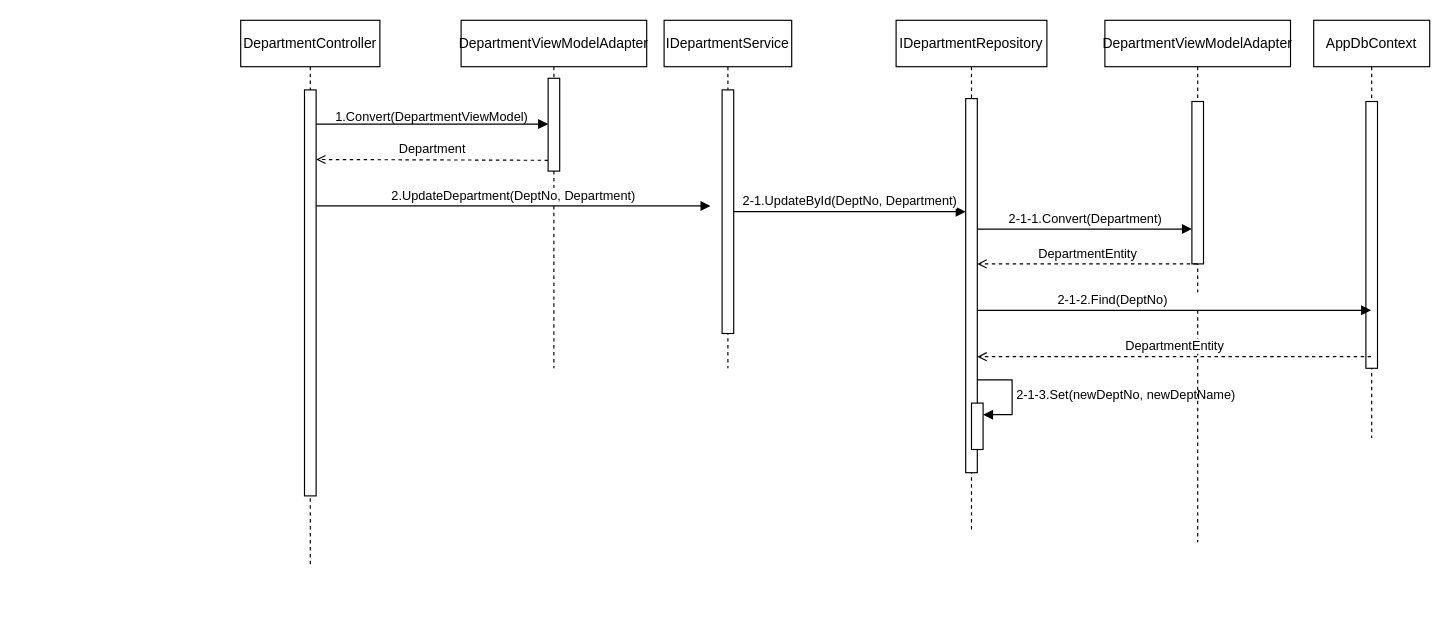
Before: page "部署更新" (3 of 8) of docs/02_design/シーケンス図.drawio in STHub65536/csharp_training_202605, a draw.io diagram. Source tidied: cells renumbered, new cells numbered last; positions are measured from the earlier drawing's top-left corner, leaving out a move shared by most shapes. Both pictures are drawn from the tidied source at 116%, with x=0, y=0 at pixel (240, 20).
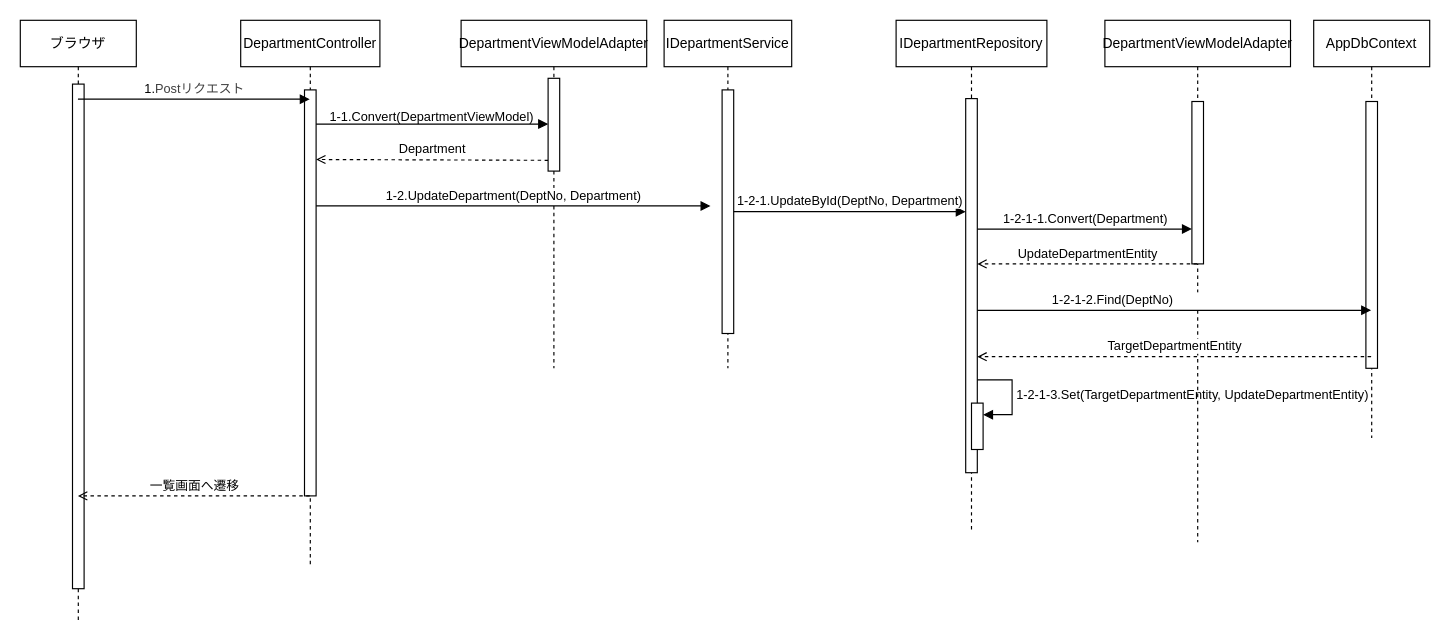
After the change.

The change refers to these unchanged cells:
```xml
<mxCell id="5" style="html=1;points=[[0,0,0,0,5],[0,1,0,0,-5],[1,0,0,0,5],[1,1,0,0,-5]];perimeter=orthogonalPerimeter;outlineConnect=0;targetShapes=umlLifeline;portConstraint=eastwest;newEdgeStyle={&quot;curved&quot;:0,&quot;rounded&quot;:0};" parent="4" vertex="1">
  <mxGeometry x="50" y="60" width="10" height="210" as="geometry" />
</mxCell>
<mxCell id="6" value="IDepartmentRepository" style="shape=umlLifeline;perimeter=lifelinePerimeter;whiteSpace=wrap;html=1;newEdgeStyle={&quot;curved&quot;:0,&quot;rounded&quot;:0};" parent="1" vertex="1">
  <mxGeometry x="565" width="130" height="440" as="geometry" />
</mxCell>
<mxCell id="7" style="html=1;points=[[0,0,0,0,5],[0,1,0,0,-5],[1,0,0,0,5],[1,1,0,0,-5]];perimeter=orthogonalPerimeter;outlineConnect=0;targetShapes=umlLifeline;portConstraint=eastwest;newEdgeStyle={&quot;curved&quot;:0,&quot;rounded&quot;:0};" parent="6" vertex="1">
  <mxGeometry x="60" y="67.5" width="10" height="322.5" as="geometry" />
</mxCell>
<mxCell id="8" style="html=1;points=[[0,0,0,0,5],[0,1,0,0,-5],[1,0,0,0,5],[1,1,0,0,-5]];perimeter=orthogonalPerimeter;outlineConnect=0;targetShapes=umlLifeline;portConstraint=eastwest;newEdgeStyle={&quot;curved&quot;:0,&quot;rounded&quot;:0};" parent="6" vertex="1">
  <mxGeometry x="65" y="330" width="10" height="40" as="geometry" />
</mxCell>
<mxCell id="22" style="html=1;points=[[0,0,0,0,5],[0,1,0,0,-5],[1,0,0,0,5],[1,1,0,0,-5]];perimeter=orthogonalPerimeter;outlineConnect=0;targetShapes=umlLifeline;portConstraint=eastwest;newEdgeStyle={&quot;curved&quot;:0,&quot;rounded&quot;:0};" parent="21" vertex="1">
  <mxGeometry x="75" y="70" width="10" height="140" as="geometry" />
</mxCell>
```

Change to the diagram source:
```diff
@@
-    <mxCell id="9" value="2-1-3.Set(newDeptNo, newDeptName)" style="html=1;align=left;spacingLeft=2;endArrow=block;rounded=0;edgeStyle=orthogonalEdgeStyle;curved=0;rounded=0;" parent="6" edge="1" target="8">
+    <mxCell id="9" value="1-2-1-3.Set(TargetDepartmentEntity, UpdateDepartmentEntity)" style="html=1;align=left;spacingLeft=2;endArrow=block;rounded=0;edgeStyle=orthogonalEdgeStyle;curved=0;rounded=0;" parent="6" edge="1" target="8">
       <mxGeometry relative="1" as="geometry">
         <mxPoint x="70" y="310" as="sourcePoint" />
         <Array as="points">
           <mxPoint x="100" y="340" />
         </Array>
       </mxGeometry>
     </mxCell>
@@
-    <mxCell id="13" value="2-1.UpdateById(DeptNo, Department)" style="html=1;verticalAlign=bottom;endArrow=block;curved=0;rounded=0;" parent="1" edge="1" source="5" target="7">
+    <mxCell id="13" value="1-2-1.UpdateById(DeptNo, Department)" style="html=1;verticalAlign=bottom;endArrow=block;curved=0;rounded=0;" parent="1" edge="1" source="5" target="7">
       <mxGeometry relative="1" as="geometry" />
     </mxCell>
-    <mxCell id="14" value="2-1-1.Convert(Department)" style="html=1;verticalAlign=bottom;endArrow=block;curved=0;rounded=0;" parent="1" edge="1" target="22">
+    <mxCell id="14" value="1-2-1-1.Convert(Department)" style="html=1;verticalAlign=bottom;endArrow=block;curved=0;rounded=0;" parent="1" edge="1" target="22">
       <mxGeometry x="0.01" relative="1" as="geometry">
         <mxPoint x="635" y="180" as="sourcePoint" />
         <Array as="points">
           <mxPoint x="635" y="180" />
         </Array>
       </mxGeometry>
     </mxCell>
@@
-    <mxCell id="19" value="&lt;span style=&quot;font-size: 11px; white-space: nowrap; background-color: rgb(255, 255, 255);&quot;&gt;1.Convert&lt;/span&gt;&lt;span style=&quot;background-color: light-dark(rgb(255, 255, 255), rgb(18, 18, 18)); font-size: 11px; white-space: nowrap; color: light-dark(rgb(0, 0, 0), rgb(255, 255, 255));&quot;&gt;(DepartmentViewModel)&lt;/span&gt;" style="text;html=1;whiteSpace=wrap;strokeColor=none;fillColor=none;align=center;verticalAlign=middle;rounded=0;" parent="1" vertex="1">
+    <mxCell id="19" value="&lt;span style=&quot;font-size: 11px; white-space: nowrap; background-color: rgb(255, 255, 255);&quot;&gt;1-1.Convert&lt;/span&gt;&lt;span style=&quot;background-color: light-dark(rgb(255, 255, 255), rgb(18, 18, 18)); font-size: 11px; white-space: nowrap; color: light-dark(rgb(0, 0, 0), rgb(255, 255, 255));&quot;&gt;(DepartmentViewModel)&lt;/span&gt;" style="text;html=1;whiteSpace=wrap;strokeColor=none;fillColor=none;align=center;verticalAlign=middle;rounded=0;" parent="1" vertex="1">
       <mxGeometry x="135" y="68" width="60" height="30" as="geometry" />
     </mxCell>
-    <mxCell id="20" value="2.UpdateDepartment(DeptNo, Department)" style="html=1;verticalAlign=bottom;endArrow=block;curved=0;rounded=0;" parent="1" edge="1">
+    <mxCell id="20" value="1-2.UpdateDepartment(DeptNo, Department)" style="html=1;verticalAlign=bottom;endArrow=block;curved=0;rounded=0;" parent="1" edge="1">
       <mxGeometry relative="1" as="geometry">
         <mxPoint x="65" y="160" as="sourcePoint" />
         <mxPoint x="405" y="160" as="targetPoint" />
       </mxGeometry>
     </mxCell>
@@
-    <mxCell id="24" value="DepartmentEntity" style="html=1;verticalAlign=bottom;endArrow=open;curved=0;rounded=0;dashed=1;endFill=0;" parent="1" edge="1">
+    <mxCell id="24" value="UpdateDepartmentEntity" style="html=1;verticalAlign=bottom;endArrow=open;curved=0;rounded=0;dashed=1;endFill=0;" parent="1" edge="1">
       <mxGeometry relative="1" as="geometry">
         <mxPoint x="824.5" y="210" as="sourcePoint" />
         <mxPoint x="635" y="210" as="targetPoint" />
       </mxGeometry>
     </mxCell>
-    <mxCell id="25" value="2-1-2.Find(DeptNo)&amp;nbsp; &amp;nbsp; &amp;nbsp; &amp;nbsp; &amp;nbsp; &amp;nbsp; &amp;nbsp; &amp;nbsp; &amp;nbsp; &amp;nbsp; &amp;nbsp; &amp;nbsp; &amp;nbsp; &amp;nbsp; &amp;nbsp; &amp;nbsp; &amp;nbsp; &amp;nbsp;" style="html=1;verticalAlign=bottom;endArrow=block;curved=0;rounded=0;" parent="1" edge="1">
+    <mxCell id="25" value="1-2-1-2.Find(DeptNo)&amp;nbsp; &amp;nbsp; &amp;nbsp; &amp;nbsp; &amp;nbsp; &amp;nbsp; &amp;nbsp; &amp;nbsp; &amp;nbsp; &amp;nbsp; &amp;nbsp; &amp;nbsp; &amp;nbsp; &amp;nbsp; &amp;nbsp; &amp;nbsp; &amp;nbsp; &amp;nbsp;" style="html=1;verticalAlign=bottom;endArrow=block;curved=0;rounded=0;" parent="1" edge="1">
       <mxGeometry relative="1" as="geometry">
         <mxPoint x="635" y="250" as="sourcePoint" />
         <mxPoint x="974.5" y="250" as="targetPoint" />
       </mxGeometry>
     </mxCell>
-    <mxCell id="26" value="DepartmentEntity" style="html=1;verticalAlign=bottom;endArrow=open;curved=0;rounded=0;dashed=1;endFill=0;" parent="1" edge="1">
+    <mxCell id="26" value="TargetDepartmentEntity" style="html=1;verticalAlign=bottom;endArrow=open;curved=0;rounded=0;dashed=1;endFill=0;" parent="1" edge="1">
       <mxGeometry relative="1" as="geometry">
         <mxPoint x="974.5" y="290" as="sourcePoint" />
         <mxPoint x="635" y="290" as="targetPoint" />
       </mxGeometry>
     </mxCell>
+    <mxCell id="27" value="ブラウザ" style="shape=umlLifeline;perimeter=lifelinePerimeter;whiteSpace=wrap;html=1;newEdgeStyle={&quot;curved&quot;:0,&quot;rounded&quot;:0};" parent="1" vertex="1">
+      <mxGeometry x="-190" width="100" height="520" as="geometry" />
+    </mxCell>
+    <mxCell id="28" style="html=1;perimeter=orthogonalPerimeter;targetShapes=umlLifeline;newEdgeStyle={&quot;curved&quot;:0,&quot;rounded&quot;:0};" parent="27" vertex="1">
+      <mxGeometry x="45" y="55" width="10" height="435" as="geometry" />
+    </mxCell>
+    <mxCell id="29" value="1.&lt;span style=&quot;color: rgb(63, 63, 63); background-color: light-dark(#ffffff, var(--ge-dark-color, #121212));&quot;&gt;Postリクエスト&lt;/span&gt;" style="html=1;verticalAlign=bottom;endArrow=block;curved=0;rounded=0;" parent="1" edge="1">
+      <mxGeometry relative="1" as="geometry">
+        <mxPoint x="-140.3" y="68" as="sourcePoint" />
+        <mxPoint x="59.5" y="68" as="targetPoint" />
+      </mxGeometry>
+    </mxCell>
+    <mxCell id="30" value="一覧画面へ遷移" style="html=1;verticalAlign=bottom;endArrow=open;curved=0;rounded=0;dashed=1;endFill=0;" parent="1" edge="1">
+      <mxGeometry relative="1" as="geometry">
+        <mxPoint x="59.5" y="410" as="sourcePoint" />
+        <mxPoint x="-140.3" y="410" as="targetPoint" />
+      </mxGeometry>
+    </mxCell>
```
